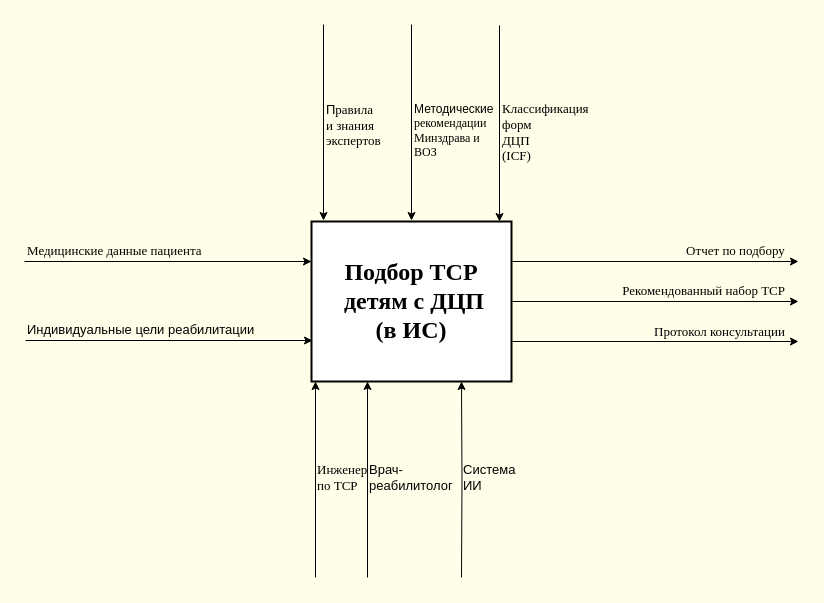
oksana-niki/intelligent-systems-lab keeps this draw.io diagram as project/to_be/tobe_idef_0.drawio. Above is the earlier version. Source tidied: cells renumbered, new cells numbered last; positions are measured from the earlier drawing's top-left corner, leaving out a move shared by most shapes. Both pictures are drawn from the tidied source at 100%, with x=0, y=0 at pixel (24, 24).
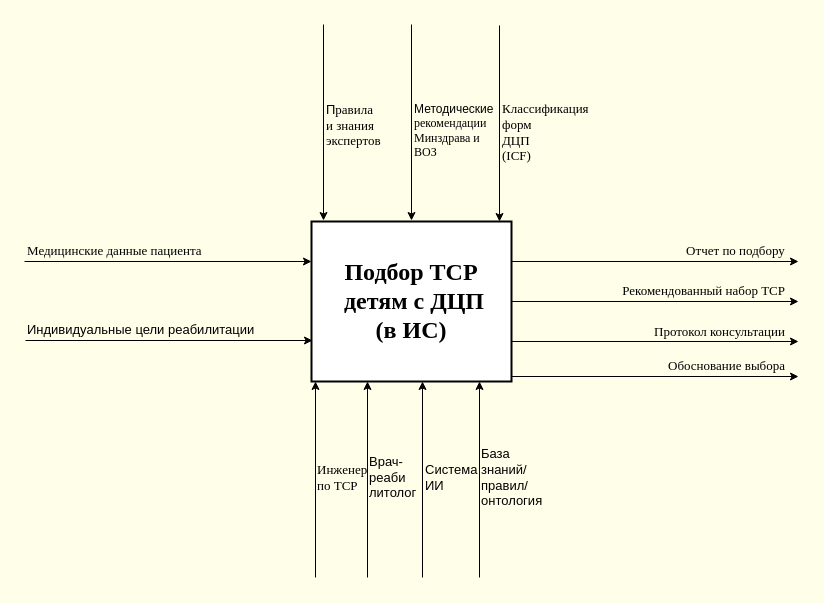
The same page after the edit.

The change refers to these unchanged cells:
```xml
<mxCell id="4" value="Подбор ТСР&lt;div&gt;&amp;nbsp;детям с ДЦП&lt;/div&gt;&lt;div&gt;(&lt;span style=&quot;background-color: transparent; color: light-dark(rgb(0, 0, 0), rgb(255, 255, 255));&quot;&gt;в ИС)&lt;/span&gt;&lt;/div&gt;" style="rounded=0;whiteSpace=wrap;html=1;fontSize=24;fontStyle=1;strokeWidth=2;fontFamily=Times New Roman;" parent="1" vertex="1">
  <mxGeometry x="287" y="197" width="200" height="160" as="geometry" />
</mxCell>
```

Change to the diagram source:
```diff
@@
-    <mxCell id="3" style="edgeStyle=orthogonalEdgeStyle;rounded=0;jettySize=auto;html=1;exitX=0.75;exitY=1;exitDx=0;exitDy=0;entryX=0.75;entryY=1;entryDx=0;entryDy=0;" parent="1" edge="1" target="4">
+    <mxCell id="3" style="edgeStyle=orthogonalEdgeStyle;rounded=0;orthogonalLoop=1;jettySize=auto;html=1;exitX=0.75;exitY=1;exitDx=0;exitDy=0;entryX=0.75;entryY=1;entryDx=0;entryDy=0;" parent="1" edge="1">
       <mxGeometry relative="1" as="geometry">
-        <mxPoint x="437" y="553" as="sourcePoint" />
+        <mxPoint x="398" y="553" as="sourcePoint" />
+        <mxPoint x="398" y="357" as="targetPoint" />
       </mxGeometry>
     </mxCell>
@@
-    <mxCell id="16" value="&lt;span style=&quot;font-family: Helvetica; text-align: center;&quot;&gt;Врач-реабилитолог&lt;/span&gt;" style="text;html=1;align=left;verticalAlign=middle;whiteSpace=wrap;rounded=0;fontFamily=Times New Roman;fontSize=13;" parent="1" vertex="1">
+    <mxCell id="16" value="&lt;span style=&quot;font-family: Helvetica; text-align: center;&quot;&gt;Врач-&lt;/span&gt;&lt;div&gt;&lt;span style=&quot;font-family: Helvetica; text-align: center;&quot;&gt;реаби&lt;/span&gt;&lt;div&gt;&lt;span style=&quot;font-family: Helvetica; text-align: center;&quot;&gt;литолог&lt;/span&gt;&lt;/div&gt;&lt;/div&gt;" style="text;html=1;align=left;verticalAlign=middle;whiteSpace=wrap;rounded=0;fontFamily=Times New Roman;fontSize=13;" parent="1" vertex="1">
       <mxGeometry x="343" y="438" width="118" height="30" as="geometry" />
     </mxCell>
@@
     <mxCell id="24" value="&lt;div style=&quot;&quot;&gt;&lt;span style=&quot;background-color: transparent; color: light-dark(rgb(0, 0, 0), rgb(255, 255, 255));&quot;&gt;&lt;font face=&quot;Helvetica&quot;&gt;Система&lt;/font&gt;&lt;/span&gt;&lt;/div&gt;&lt;div style=&quot;&quot;&gt;&lt;span style=&quot;background-color: transparent; color: light-dark(rgb(0, 0, 0), rgb(255, 255, 255));&quot;&gt;&lt;font face=&quot;Helvetica&quot;&gt;ИИ&lt;/font&gt;&lt;/span&gt;&lt;/div&gt;" style="text;html=1;align=left;verticalAlign=middle;whiteSpace=wrap;rounded=0;fontFamily=Times New Roman;fontSize=13;" parent="1" vertex="1">
-      <mxGeometry x="437" y="438" width="57" height="30" as="geometry" />
+      <mxGeometry x="399" y="438" width="57" height="30" as="geometry" />
     </mxCell>
+    <mxCell id="25" style="edgeStyle=orthogonalEdgeStyle;rounded=0;orthogonalLoop=1;jettySize=auto;html=1;exitX=1;exitY=0.75;exitDx=0;exitDy=0;" parent="1" edge="1">
+      <mxGeometry relative="1" as="geometry">
+        <mxPoint x="487" y="352" as="sourcePoint" />
+        <mxPoint x="774" y="352" as="targetPoint" />
+      </mxGeometry>
+    </mxCell>
+    <mxCell id="26" value="&lt;span&gt;Обоснование выбора&lt;/span&gt;" style="text;html=1;align=right;verticalAlign=middle;whiteSpace=wrap;rounded=0;fontSize=13;fontFamily=Times New Roman;" parent="1" vertex="1">
+      <mxGeometry x="523" y="331" width="240" height="20" as="geometry" />
+    </mxCell>
+    <mxCell id="27" style="edgeStyle=orthogonalEdgeStyle;rounded=0;orthogonalLoop=1;jettySize=auto;html=1;exitX=0.75;exitY=1;exitDx=0;exitDy=0;entryX=0.75;entryY=1;entryDx=0;entryDy=0;" parent="1" edge="1">
+      <mxGeometry relative="1" as="geometry">
+        <mxPoint x="455" y="553" as="sourcePoint" />
+        <mxPoint x="455" y="357" as="targetPoint" />
+      </mxGeometry>
+    </mxCell>
+    <mxCell id="28" value="&lt;div style=&quot;&quot;&gt;&lt;font face=&quot;Helvetica&quot;&gt;База знаний/&lt;/font&gt;&lt;/div&gt;&lt;div style=&quot;&quot;&gt;&lt;span style=&quot;font-family: Helvetica; background-color: transparent; color: light-dark(rgb(0, 0, 0), rgb(255, 255, 255));&quot;&gt;правил/онтология&lt;/span&gt;&lt;/div&gt;" style="text;html=1;align=left;verticalAlign=middle;whiteSpace=wrap;rounded=0;fontFamily=Times New Roman;fontSize=13;" parent="1" vertex="1">
+      <mxGeometry x="455" y="438" width="57" height="30" as="geometry" />
+    </mxCell>
```
